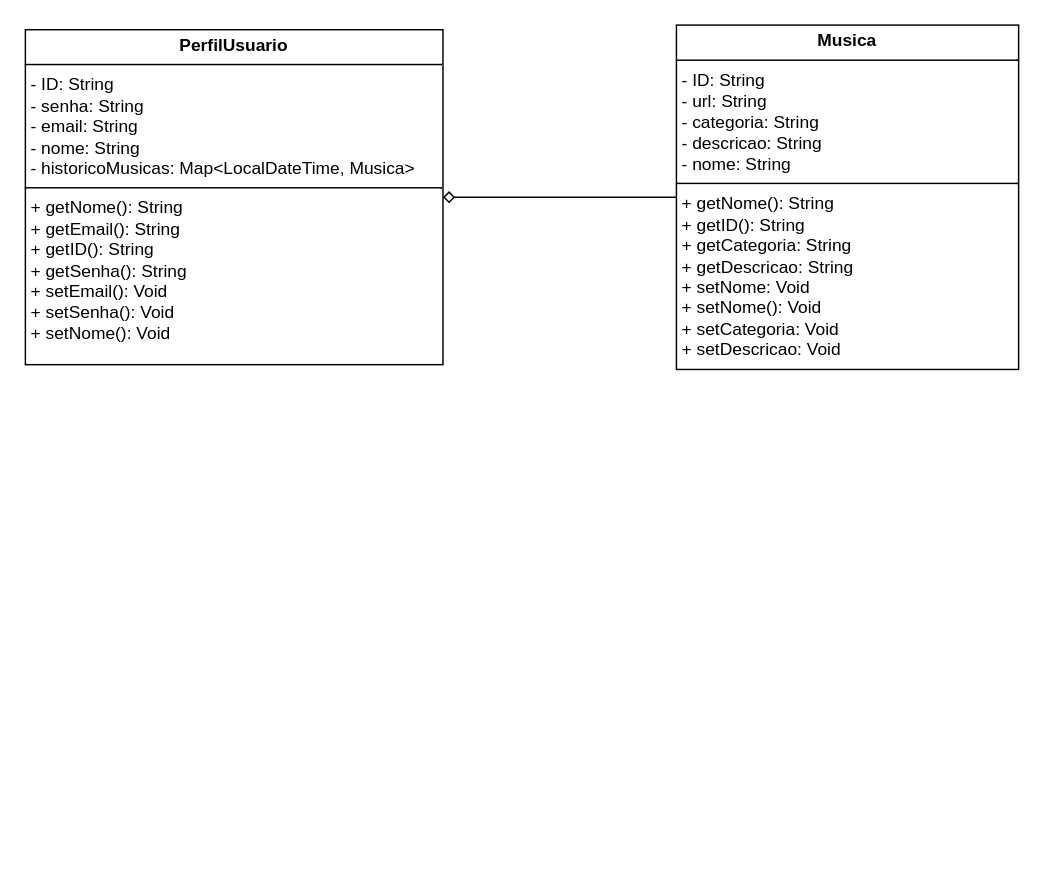
Code-Masters-F/2025_GlobalSolution-2 keeps this draw.io diagram as docs/Diagrama_de_Classes.drawio. Above is the earlier version. Source tidied: cells renumbered, new cells numbered last; positions are measured from the earlier drawing's top-left corner, leaving out a move shared by most shapes. Both pictures are drawn from the tidied source at 145%, with x=0, y=0 at pixel (25, 25).
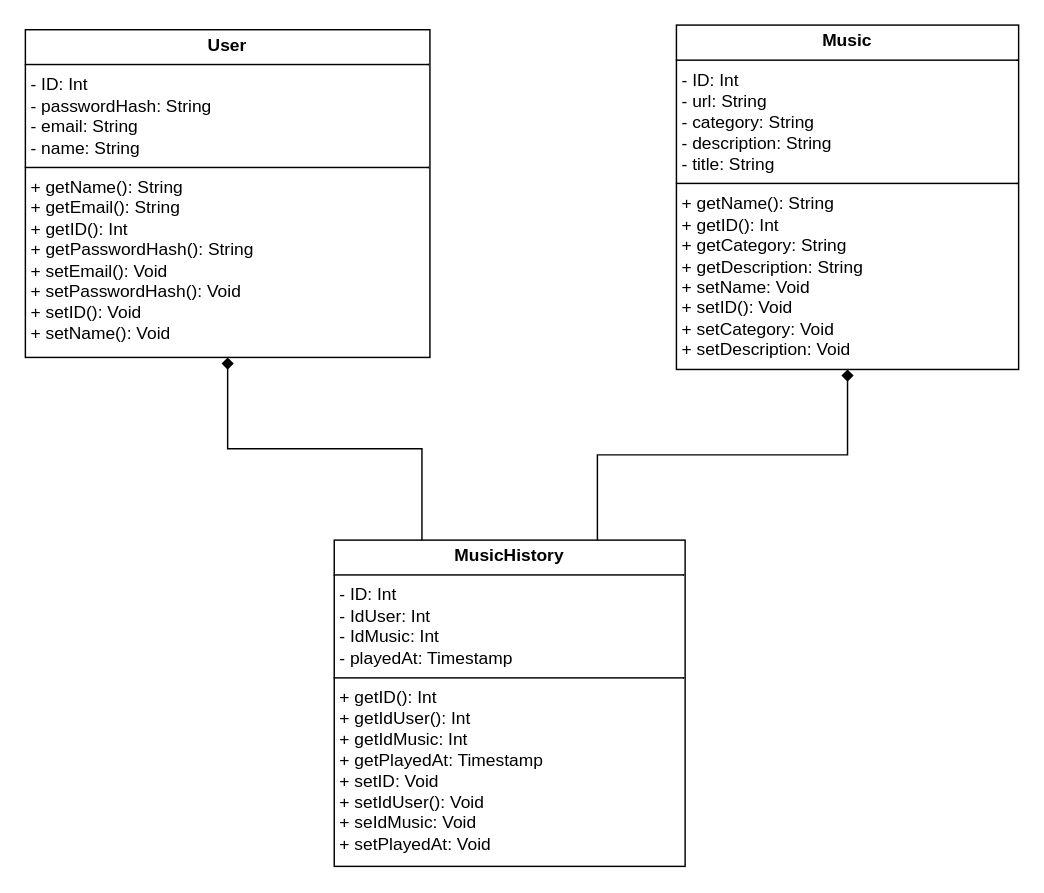
Above is the later version.

Change to the diagram source:
```diff
@@
 <mxGraphModel>
   <root>
     <mxCell id="0" />
     <mxCell id="1" parent="0" />
-    <mxCell id="2" value="&lt;p style=&quot;margin:0px;margin-top:4px;text-align:center;&quot;&gt;&lt;b&gt;PerfilUsuario&lt;/b&gt;&lt;/p&gt;&lt;hr size=&quot;1&quot; style=&quot;border-style:solid;&quot;&gt;&lt;p style=&quot;margin:0px;margin-left:4px;&quot;&gt;- ID: String&lt;/p&gt;&lt;p style=&quot;margin:0px;margin-left:4px;&quot;&gt;- senha: String&lt;/p&gt;&lt;p style=&quot;margin:0px;margin-left:4px;&quot;&gt;- email: String&lt;/p&gt;&lt;p style=&quot;margin:0px;margin-left:4px;&quot;&gt;- nome: String&lt;/p&gt;&lt;p style=&quot;margin:0px;margin-left:4px;&quot;&gt;- historicoMusicas: Map&amp;lt;LocalDateTime, Musica&amp;gt;&lt;/p&gt;&lt;hr size=&quot;1&quot; style=&quot;border-style:solid;&quot;&gt;&lt;p style=&quot;margin:0px;margin-left:4px;&quot;&gt;+ getNome(): String&lt;br&gt;+ getEmail(): String&lt;br&gt;+ getID(): String&lt;/p&gt;&lt;p style=&quot;margin:0px;margin-left:4px;&quot;&gt;+ getSenha(): String&lt;/p&gt;&lt;p style=&quot;margin:0px;margin-left:4px;&quot;&gt;+ setEmail():&amp;nbsp;&lt;span style=&quot;background-color: transparent; color: light-dark(rgb(0, 0, 0), rgb(255, 255, 255));&quot;&gt;Void&lt;/span&gt;&lt;/p&gt;&lt;p style=&quot;margin:0px;margin-left:4px;&quot;&gt;+ setSenha():&amp;nbsp;&lt;span style=&quot;background-color: transparent; color: light-dark(rgb(0, 0, 0), rgb(255, 255, 255));&quot;&gt;Void&lt;/span&gt;&lt;/p&gt;&lt;p style=&quot;margin:0px;margin-left:4px;&quot;&gt;+ setNome(): Void&lt;/p&gt;" style="verticalAlign=top;align=left;overflow=fill;html=1;whiteSpace=wrap;" parent="1" vertex="1">
-      <mxGeometry y="3" width="288" height="231" as="geometry" />
+    <mxCell id="2" value="&lt;p style=&quot;margin:0px;margin-top:4px;text-align:center;&quot;&gt;&lt;b&gt;User&lt;/b&gt;&lt;/p&gt;&lt;hr size=&quot;1&quot; style=&quot;border-style:solid;&quot;&gt;&lt;p style=&quot;margin:0px;margin-left:4px;&quot;&gt;- ID: Int&lt;/p&gt;&lt;p style=&quot;margin:0px;margin-left:4px;&quot;&gt;- passwordHash: String&lt;/p&gt;&lt;p style=&quot;margin:0px;margin-left:4px;&quot;&gt;- email: String&lt;/p&gt;&lt;p style=&quot;margin:0px;margin-left:4px;&quot;&gt;- name: String&lt;/p&gt;&lt;hr size=&quot;1&quot; style=&quot;border-style:solid;&quot;&gt;&lt;p style=&quot;margin:0px;margin-left:4px;&quot;&gt;+ getName(): String&lt;br&gt;+ getEmail(): String&lt;br&gt;+ getID(): Int&lt;/p&gt;&lt;p style=&quot;margin:0px;margin-left:4px;&quot;&gt;+ getPasswordHash(): String&lt;/p&gt;&lt;p style=&quot;margin:0px;margin-left:4px;&quot;&gt;+ setEmail():&amp;nbsp;&lt;span style=&quot;background-color: transparent; color: light-dark(rgb(0, 0, 0), rgb(255, 255, 255));&quot;&gt;Void&lt;/span&gt;&lt;/p&gt;&lt;p style=&quot;margin:0px;margin-left:4px;&quot;&gt;+ setPasswordHash():&amp;nbsp;&lt;span style=&quot;background-color: transparent; color: light-dark(rgb(0, 0, 0), rgb(255, 255, 255));&quot;&gt;Void&lt;br&gt;&lt;/span&gt;+ setID():&amp;nbsp;&lt;span style=&quot;color: light-dark(rgb(0, 0, 0), rgb(255, 255, 255)); background-color: transparent;&quot;&gt;Void&lt;/span&gt;&lt;span style=&quot;background-color: transparent; color: light-dark(rgb(0, 0, 0), rgb(255, 255, 255));&quot;&gt;&lt;/span&gt;&lt;/p&gt;&lt;p style=&quot;margin:0px;margin-left:4px;&quot;&gt;+ setName(): Void&lt;/p&gt;" style="verticalAlign=top;align=left;overflow=fill;html=1;whiteSpace=wrap;" parent="1" vertex="1">
+      <mxGeometry y="3" width="279" height="226" as="geometry" />
     </mxCell>
-    <mxCell id="3" style="edgeStyle=orthogonalEdgeStyle;rounded=0;jettySize=auto;html=1;endArrow=diamond;endFill=0;" parent="1" edge="1" source="4" target="2">
-      <mxGeometry relative="1" as="geometry" />
-    </mxCell>
-    <mxCell id="4" value="&lt;p style=&quot;margin:0px;margin-top:4px;text-align:center;&quot;&gt;&lt;b&gt;Musica&lt;/b&gt;&lt;/p&gt;&lt;hr size=&quot;1&quot; style=&quot;border-style:solid;&quot;&gt;&lt;p style=&quot;margin:0px;margin-left:4px;&quot;&gt;- ID: String&lt;/p&gt;&lt;p style=&quot;margin:0px;margin-left:4px;&quot;&gt;- url: String&lt;/p&gt;&lt;p style=&quot;margin:0px;margin-left:4px;&quot;&gt;- categoria: String&lt;/p&gt;&lt;p style=&quot;margin:0px;margin-left:4px;&quot;&gt;- descricao: String&lt;/p&gt;&lt;p style=&quot;margin:0px;margin-left:4px;&quot;&gt;- nome: String&lt;/p&gt;&lt;hr size=&quot;1&quot; style=&quot;border-style:solid;&quot;&gt;&lt;p style=&quot;margin:0px;margin-left:4px;&quot;&gt;+ getNome(): String&lt;br&gt;+ getID(): String&lt;/p&gt;&lt;p style=&quot;margin:0px;margin-left:4px;&quot;&gt;+ getCategoria: String&lt;/p&gt;&lt;p style=&quot;margin:0px;margin-left:4px;&quot;&gt;+ getDescricao: String&lt;/p&gt;&lt;p style=&quot;margin:0px;margin-left:4px;&quot;&gt;+ setNome: Void&lt;/p&gt;&lt;p style=&quot;margin:0px;margin-left:4px;&quot;&gt;+ setNome(): Void&lt;/p&gt;&lt;p style=&quot;margin:0px;margin-left:4px;&quot;&gt;+ setCategoria: Void&lt;/p&gt;&lt;p style=&quot;margin:0px;margin-left:4px;&quot;&gt;+ setDescricao: Void&lt;/p&gt;" style="verticalAlign=top;align=left;overflow=fill;html=1;whiteSpace=wrap;" parent="1" vertex="1">
+    <mxCell id="4" value="&lt;p style=&quot;margin:0px;margin-top:4px;text-align:center;&quot;&gt;&lt;b&gt;Music&lt;/b&gt;&lt;/p&gt;&lt;hr size=&quot;1&quot; style=&quot;border-style:solid;&quot;&gt;&lt;p style=&quot;margin:0px;margin-left:4px;&quot;&gt;- ID: Int&lt;/p&gt;&lt;p style=&quot;margin:0px;margin-left:4px;&quot;&gt;- url: String&lt;/p&gt;&lt;p style=&quot;margin:0px;margin-left:4px;&quot;&gt;- category: String&lt;/p&gt;&lt;p style=&quot;margin:0px;margin-left:4px;&quot;&gt;- description: String&lt;/p&gt;&lt;p style=&quot;margin:0px;margin-left:4px;&quot;&gt;- title: String&lt;/p&gt;&lt;hr size=&quot;1&quot; style=&quot;border-style:solid;&quot;&gt;&lt;p style=&quot;margin:0px;margin-left:4px;&quot;&gt;+ getName(): String&lt;br&gt;+ getID(): Int&lt;/p&gt;&lt;p style=&quot;margin:0px;margin-left:4px;&quot;&gt;+ getCategory: String&lt;/p&gt;&lt;p style=&quot;margin:0px;margin-left:4px;&quot;&gt;+ getDescription: String&lt;/p&gt;&lt;p style=&quot;margin:0px;margin-left:4px;&quot;&gt;+ setName: Void&lt;/p&gt;&lt;p style=&quot;margin:0px;margin-left:4px;&quot;&gt;+ setID(): Void&lt;/p&gt;&lt;p style=&quot;margin:0px;margin-left:4px;&quot;&gt;+ setCategory: Void&lt;/p&gt;&lt;p style=&quot;margin:0px;margin-left:4px;&quot;&gt;+ setDescription: Void&lt;/p&gt;" style="verticalAlign=top;align=left;overflow=fill;html=1;whiteSpace=wrap;" parent="1" vertex="1">
       <mxGeometry x="449" y="-0.2" width="236" height="237.5" as="geometry" />
     </mxCell>
+    <mxCell id="5" style="edgeStyle=orthogonalEdgeStyle;rounded=0;jettySize=auto;html=1;endArrow=diamond;endFill=1;exitX=0.25;exitY=0;exitDx=0;exitDy=0;" parent="1" edge="1" source="7" target="2">
+      <mxGeometry relative="1" as="geometry" />
+    </mxCell>
+    <mxCell id="6" style="edgeStyle=orthogonalEdgeStyle;rounded=0;jettySize=auto;html=1;exitX=0.75;exitY=0;exitDx=0;exitDy=0;endArrow=diamond;endFill=1;" parent="1" edge="1" source="7" target="4">
+      <mxGeometry relative="1" as="geometry" />
+    </mxCell>
+    <mxCell id="7" value="&lt;p style=&quot;margin:0px;margin-top:4px;text-align:center;&quot;&gt;&lt;b&gt;MusicHistory&lt;/b&gt;&lt;/p&gt;&lt;hr size=&quot;1&quot; style=&quot;border-style:solid;&quot;&gt;&lt;p style=&quot;margin:0px;margin-left:4px;&quot;&gt;- ID: Int&lt;/p&gt;&lt;p style=&quot;margin:0px;margin-left:4px;&quot;&gt;- IdUser: Int&lt;/p&gt;&lt;p style=&quot;margin:0px;margin-left:4px;&quot;&gt;- IdMusic: Int&lt;/p&gt;&lt;p style=&quot;margin:0px;margin-left:4px;&quot;&gt;- playedAt: Timestamp&lt;/p&gt;&lt;hr size=&quot;1&quot; style=&quot;border-style:solid;&quot;&gt;&lt;p style=&quot;margin:0px;margin-left:4px;&quot;&gt;+ getID(): Int&lt;br&gt;+ getIdUser():&amp;nbsp;&lt;span style=&quot;background-color: transparent; color: light-dark(rgb(0, 0, 0), rgb(255, 255, 255));&quot;&gt;Int&lt;/span&gt;&lt;/p&gt;&lt;p style=&quot;margin:0px;margin-left:4px;&quot;&gt;+ getIdMusic: Int&lt;/p&gt;&lt;p style=&quot;margin:0px;margin-left:4px;&quot;&gt;+ getPlayedAt: Timestamp&lt;/p&gt;&lt;p style=&quot;margin:0px;margin-left:4px;&quot;&gt;+ setID: Void&lt;/p&gt;&lt;p style=&quot;margin:0px;margin-left:4px;&quot;&gt;+ setIdUser(): Void&lt;/p&gt;&lt;p style=&quot;margin:0px;margin-left:4px;&quot;&gt;+ seIdMusic: Void&lt;/p&gt;&lt;p style=&quot;margin:0px;margin-left:4px;&quot;&gt;+ setPlayedAt: Void&lt;/p&gt;" style="verticalAlign=top;align=left;overflow=fill;html=1;whiteSpace=wrap;" parent="1" vertex="1">
+      <mxGeometry x="213" y="355" width="242" height="225" as="geometry" />
+    </mxCell>
   </root>
 </mxGraphModel>
```
